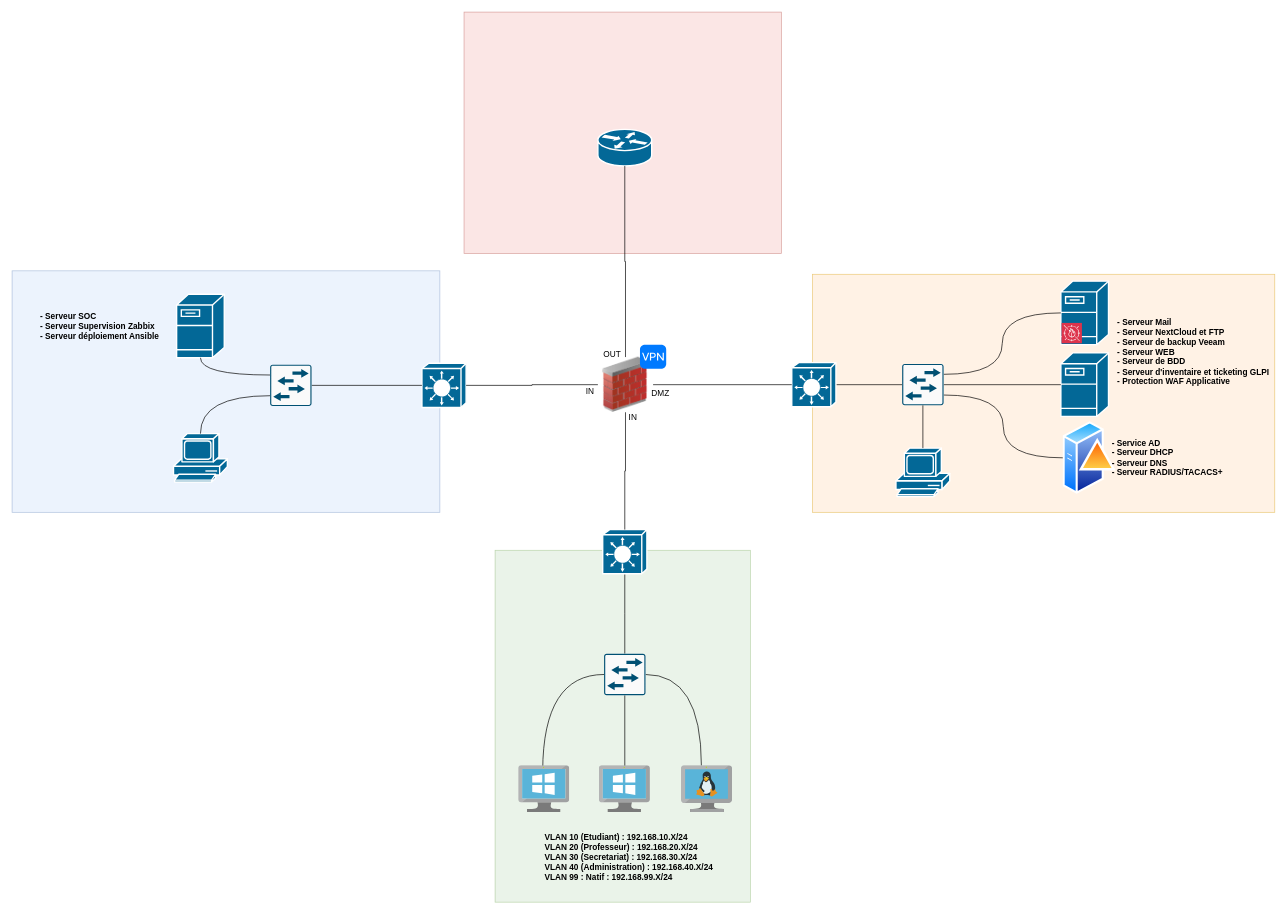
Before: Architecture_homelab.drawio in egoMasa/HomeLab, a draw.io diagram. Source tidied: cells renumbered, new cells numbered last; positions are measured from the earlier drawing's top-left corner, leaving out a move shared by most shapes. Both pictures are drawn from the tidied source at 69%, with x=0, y=0 at pixel (12, 12).
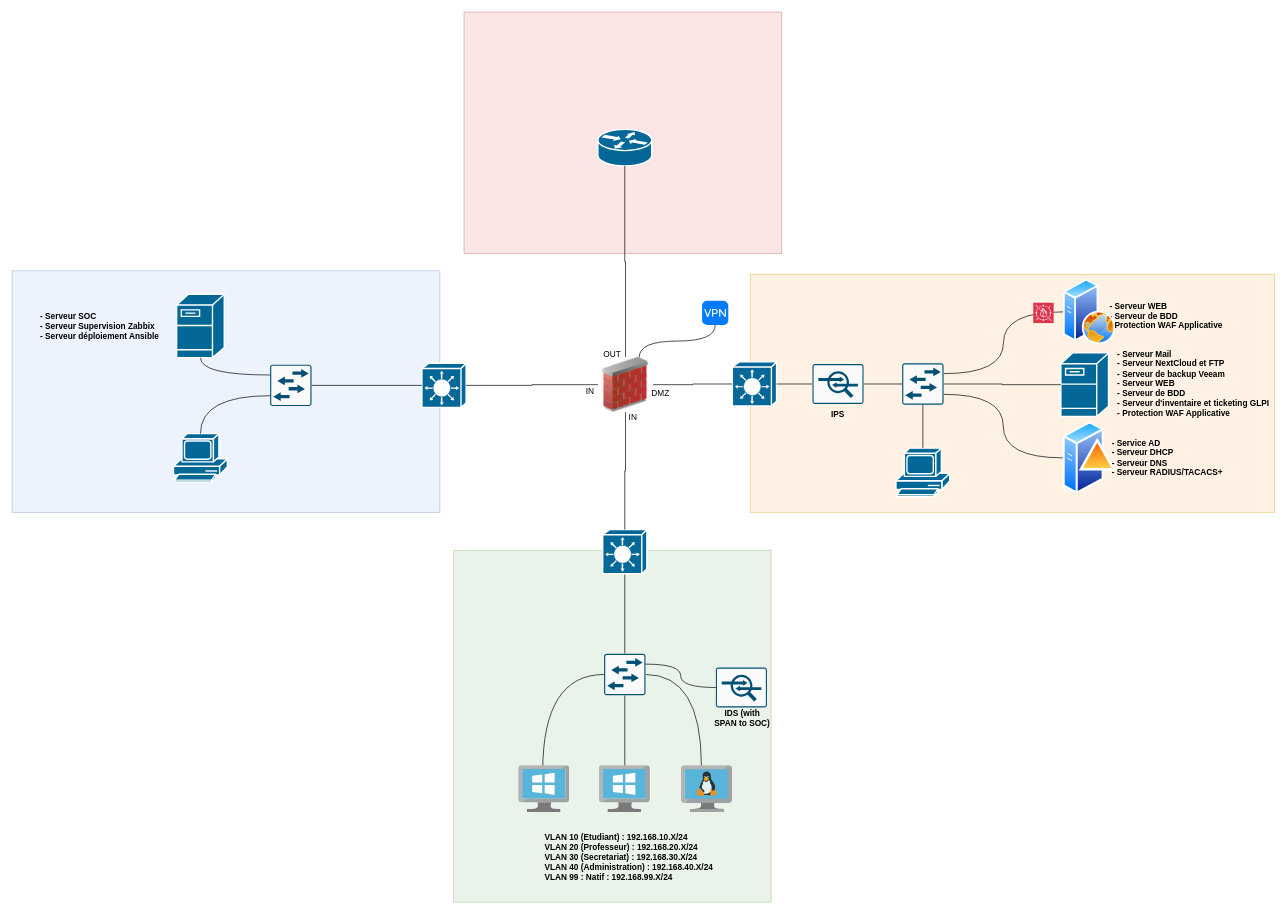
Above is the later version.

Commit message (it also covers changes not shown here):
Mettre à jour Architecture_homelab.drawio

The change refers to these unchanged cells:
```xml
<mxCell id="7" style="image;html=1;image=img/lib/clip_art/networking/Firewall_02_128x128.png;" parent="1" vertex="1">
  <mxGeometry x="849" y="500" width="80" height="80" as="geometry" />
</mxCell>
<mxCell id="30" style="sketch=0;points=[[0.015,0.015,0],[0.985,0.015,0],[0.985,0.985,0],[0.015,0.985,0],[0.25,0,0],[0.5,0,0],[0.75,0,0],[1,0.25,0],[1,0.5,0],[1,0.75,0],[0.75,1,0],[0.5,1,0],[0.25,1,0],[0,0.75,0],[0,0.5,0],[0,0.25,0]];verticalLabelPosition=bottom;html=1;verticalAlign=top;align=center;shape=mxgraph.cisco19.rect;prIcon=l2_switch;fillColor=#FAFAFA;strokeColor=#005073;" parent="1" vertex="1">
  <mxGeometry x="858" y="930" width="60" height="60" as="geometry" />
</mxCell>
```

What changed in the source:
```diff
@@
     <mxCell id="4" style="whiteSpace=wrap;html=1;fillColor=#d5e8d4;strokeColor=#82b366;opacity=50;" parent="1" vertex="1">
-      <mxGeometry x="700" y="780" width="370" height="510" as="geometry" />
+      <mxGeometry x="640" y="780" width="460" height="510" as="geometry" />
     </mxCell>
     <mxCell id="5" style="whiteSpace=wrap;html=1;fillColor=#ffe6cc;strokeColor=#d79b00;opacity=50;" parent="1" vertex="1">
-      <mxGeometry x="1160" y="380" width="670" height="345" as="geometry" />
+      <mxGeometry x="1070" y="380" width="760" height="345" as="geometry" />
     </mxCell>
@@
+    <mxCell id="49" style="edgeStyle=orthogonalEdgeStyle;rounded=0;jettySize=auto;html=1;exitX=0.75;exitY=0;exitDx=0;exitDy=0;curved=1;endArrow=none;endFill=0;" parent="1" edge="1" source="7" target="47">
+      <mxGeometry relative="1" as="geometry" />
+    </mxCell>
@@
-    <mxCell id="11" style="edgeStyle=orthogonalEdgeStyle;rounded=0;jettySize=auto;html=1;exitX=1;exitY=0.5;exitDx=0;exitDy=0;exitPerimeter=0;endArrow=none;endFill=0;entryX=0;entryY=0.5;entryDx=0;entryDy=0;entryPerimeter=0;" parent="1" edge="1" source="12" target="31">
+    <mxCell id="11" style="edgeStyle=orthogonalEdgeStyle;rounded=0;jettySize=auto;html=1;exitX=1;exitY=0.5;exitDx=0;exitDy=0;exitPerimeter=0;endArrow=none;endFill=0;entryX=0;entryY=0.5;entryDx=0;entryDy=0;entryPerimeter=0;" parent="1" edge="1" source="54" target="31">
       <mxGeometry relative="1" as="geometry" />
     </mxCell>
     <mxCell id="12" style="shape=mxgraph.cisco.switches.layer_3_switch;sketch=0;html=1;dashed=0;fillColor=#036897;strokeColor=#ffffff;strokeWidth=2;verticalLabelPosition=bottom;verticalAlign=top;align=center;outlineConnect=0;" parent="1" vertex="1">
-      <mxGeometry x="1130" y="508" width="64" height="64" as="geometry" />
+      <mxGeometry x="1043.9" y="507" width="64" height="64" as="geometry" />
     </mxCell>
@@
-    <mxCell id="15" style="shape=mxgraph.cisco.servers.fileserver;sketch=0;html=1;dashed=0;fillColor=#036897;strokeColor=#ffffff;strokeWidth=2;verticalLabelPosition=bottom;verticalAlign=top;align=center;outlineConnect=0;" parent="1" vertex="1">
-      <mxGeometry x="1520" y="390" width="69" height="92" as="geometry" />
-    </mxCell>
@@
-    <mxCell id="21" style="edgeStyle=orthogonalEdgeStyle;rounded=0;jettySize=auto;html=1;exitX=1;exitY=0.25;exitDx=0;exitDy=0;exitPerimeter=0;entryX=0;entryY=0.5;entryDx=0;entryDy=0;entryPerimeter=0;curved=1;endArrow=none;endFill=0;" parent="1" edge="1" source="31" target="15">
+    <mxCell id="21" style="edgeStyle=orthogonalEdgeStyle;rounded=0;jettySize=auto;html=1;exitX=1;exitY=0.25;exitDx=0;exitDy=0;exitPerimeter=0;entryX=0;entryY=0.5;entryDx=0;entryDy=0;curved=1;endArrow=none;endFill=0;" parent="1" edge="1" source="31" target="57">
       <mxGeometry relative="1" as="geometry" />
     </mxCell>
@@
     <mxCell id="31" style="sketch=0;points=[[0.015,0.015,0],[0.985,0.015,0],[0.985,0.985,0],[0.015,0.985,0],[0.25,0,0],[0.5,0,0],[0.75,0,0],[1,0.25,0],[1,0.5,0],[1,0.75,0],[0.75,1,0],[0.5,1,0],[0.25,1,0],[0,0.75,0],[0,0.5,0],[0,0.25,0]];verticalLabelPosition=bottom;html=1;verticalAlign=top;align=center;shape=mxgraph.cisco19.rect;prIcon=l2_switch;fillColor=#FAFAFA;strokeColor=#005073;" parent="1" vertex="1">
-      <mxGeometry x="1290" y="510" width="60" height="60" as="geometry" />
+      <mxGeometry x="1290" y="509" width="60" height="60" as="geometry" />
     </mxCell>
@@
     <mxCell id="39" value="&lt;p style=&quot;margin: 0px;&quot;&gt;&lt;b&gt;- Serveur Mail&lt;/b&gt;&lt;/p&gt;&lt;p style=&quot;margin: 0px;&quot;&gt;&lt;b&gt;- Serveur NextCloud et FTP&lt;/b&gt;&lt;/p&gt;&lt;p style=&quot;margin: 0px;&quot;&gt;&lt;b&gt;- Serveur de backup Veeam&lt;/b&gt;&lt;/p&gt;&lt;p style=&quot;margin: 0px;&quot;&gt;&lt;b&gt;- Serveur WEB&lt;/b&gt;&lt;/p&gt;&lt;p style=&quot;margin: 0px;&quot;&gt;&lt;b&gt;- Serveur de BDD&lt;/b&gt;&lt;/p&gt;&lt;p style=&quot;margin: 0px;&quot;&gt;&lt;b&gt;- Serveur d'inventaire et ticketing GLPI&lt;/b&gt;&lt;/p&gt;&lt;p style=&quot;margin: 0px;&quot;&gt;&lt;b&gt;- Protection WAF Applicative&lt;/b&gt;&lt;/p&gt;&lt;b&gt;&lt;br&gt;&lt;/b&gt;&lt;p style=&quot;margin: 0px;&quot;&gt;&lt;br&gt;&lt;/p&gt;" style="text;strokeColor=none;align=left;fillColor=none;html=1;verticalAlign=middle;whiteSpace=wrap;rounded=0;" parent="1" vertex="1">
-      <mxGeometry x="1600" y="441.5" width="230" height="131.5" as="geometry" />
+      <mxGeometry x="1600" y="486.8" width="230" height="131.5" as="geometry" />
     </mxCell>
@@
     <mxCell id="47" style="html=1;strokeWidth=1;shadow=0;dashed=0;shape=mxgraph.ios7.misc.vpn;fillColor=#007AFF;strokeColor=none;buttonText=;strokeColor2=#222222;fontColor=#222222;fontSize=8;verticalLabelPosition=bottom;verticalAlign=top;align=center;sketch=0;" parent="1" vertex="1">
-      <mxGeometry x="910" y="482" width="38" height="35" as="geometry" />
+      <mxGeometry x="1000" y="418.5" width="38" height="35" as="geometry" />
     </mxCell>
+    <mxCell id="50" style="sketch=0;points=[[0.015,0.015,0],[0.985,0.015,0],[0.985,0.985,0],[0.015,0.985,0],[0.25,0,0],[0.5,0,0],[0.75,0,0],[1,0.25,0],[1,0.5,0],[1,0.75,0],[0.75,1,0],[0.5,1,0],[0.25,1,0],[0,0.75,0],[0,0.5,0],[0,0.25,0]];verticalLabelPosition=bottom;html=1;verticalAlign=top;align=center;shape=mxgraph.cisco19.rect;prIcon=ips_ids;fillColor=#FAFAFA;strokeColor=#005073;" parent="1" vertex="1">
+      <mxGeometry x="1020" y="950" width="74" height="57.8" as="geometry" />
+    </mxCell>
+    <mxCell id="51" style="edgeStyle=orthogonalEdgeStyle;rounded=0;jettySize=auto;html=1;exitX=1;exitY=0.25;exitDx=0;exitDy=0;exitPerimeter=0;entryX=0;entryY=0.5;entryDx=0;entryDy=0;entryPerimeter=0;curved=1;endArrow=none;endFill=0;" parent="1" edge="1" source="30" target="50">
+      <mxGeometry relative="1" as="geometry" />
+    </mxCell>
+    <mxCell id="52" value="IDS (with SPAN to SOC)" style="text;strokeColor=none;align=center;fillColor=none;html=1;verticalAlign=middle;whiteSpace=wrap;rounded=0;fontStyle=1;" parent="1" vertex="1">
+      <mxGeometry x="1017" y="1007.8" width="83" height="30" as="geometry" />
+    </mxCell>
+    <mxCell id="53" style="edgeStyle=orthogonalEdgeStyle;rounded=0;jettySize=auto;html=1;exitX=1;exitY=0.5;exitDx=0;exitDy=0;exitPerimeter=0;endArrow=none;endFill=0;entryX=0;entryY=0.5;entryDx=0;entryDy=0;entryPerimeter=0;" parent="1" edge="1" source="12" target="54">
+      <mxGeometry relative="1" as="geometry" />
+    </mxCell>
+    <mxCell id="54" style="sketch=0;points=[[0.015,0.015,0],[0.985,0.015,0],[0.985,0.985,0],[0.015,0.985,0],[0.25,0,0],[0.5,0,0],[0.75,0,0],[1,0.25,0],[1,0.5,0],[1,0.75,0],[0.75,1,0],[0.5,1,0],[0.25,1,0],[0,0.75,0],[0,0.5,0],[0,0.25,0]];verticalLabelPosition=bottom;html=1;verticalAlign=top;align=center;shape=mxgraph.cisco19.rect;prIcon=ips_ids;fillColor=#FAFAFA;strokeColor=#005073;" parent="1" vertex="1">
+      <mxGeometry x="1160" y="510.1" width="74" height="57.8" as="geometry" />
+    </mxCell>
+    <mxCell id="55" value="IPS" style="text;strokeColor=none;align=center;fillColor=none;html=1;verticalAlign=middle;whiteSpace=wrap;rounded=0;fontStyle=1;" parent="1" vertex="1">
+      <mxGeometry x="1167" y="568.8" width="60" height="30" as="geometry" />
+    </mxCell>
+    <mxCell id="56" value="&lt;p style=&quot;margin: 0px;&quot;&gt;&lt;b style=&quot;background-color: initial;&quot;&gt;- Serveur WEB&lt;/b&gt;&lt;/p&gt;&lt;p style=&quot;margin: 0px;&quot;&gt;&lt;b&gt;- Serveur de BDD&lt;/b&gt;&lt;/p&gt;&lt;p style=&quot;margin: 0px;&quot;&gt;&lt;b style=&quot;background-color: initial;&quot;&gt;- Protection WAF Applicative&lt;/b&gt;&lt;/p&gt;&lt;b&gt;&lt;br&gt;&lt;/b&gt;&lt;p style=&quot;margin: 0px;&quot;&gt;&lt;br&gt;&lt;/p&gt;" style="text;strokeColor=none;align=left;fillColor=none;html=1;verticalAlign=middle;whiteSpace=wrap;rounded=0;" parent="1" vertex="1">
+      <mxGeometry x="1589" y="389.2" width="230" height="131.5" as="geometry" />
+    </mxCell>
+    <mxCell id="57" style="image;perimeter=ellipsePerimeter;html=1;align=center;shadow=0;dashed=0;spacingTop=3;image=img/lib/active_directory/web_server.svg;" parent="1" vertex="1">
+      <mxGeometry x="1523.5" y="387" width="76" height="95" as="geometry" />
+    </mxCell>
     <mxCell id="48" style="sketch=0;fontColor=#232F3E;fillColor=#DD344C;strokeColor=#ffffff;dashed=0;verticalLabelPosition=bottom;verticalAlign=top;align=center;html=1;fontSize=12;fontStyle=0;shape=mxgraph.aws4.resourceIcon;resIcon=mxgraph.aws4.waf;" parent="1" vertex="1">
-      <mxGeometry x="1521" y="450.5" width="29.5" height="29.5" as="geometry" />
+      <mxGeometry x="1480" y="421.2" width="29.5" height="29.5" as="geometry" />
     </mxCell>
```
